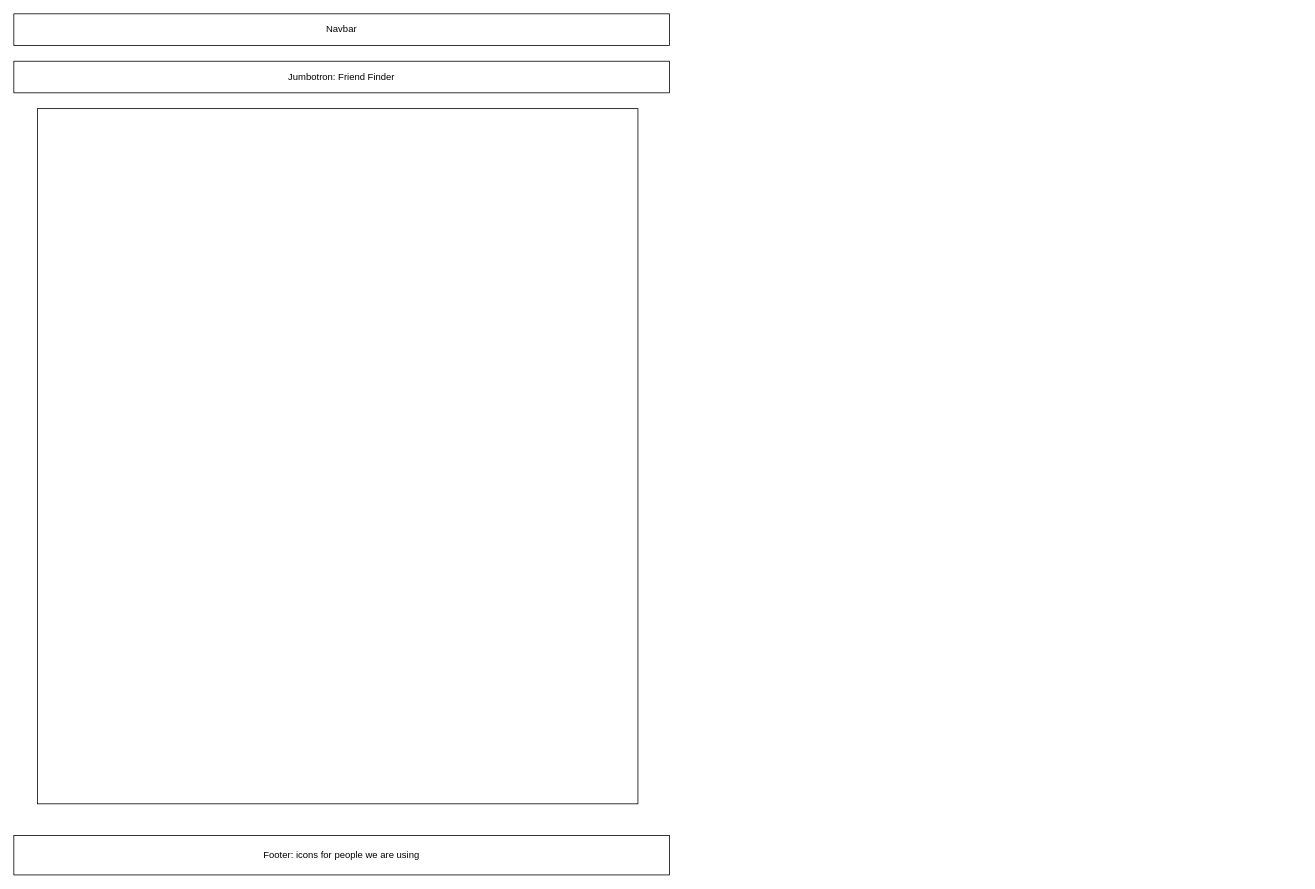
Earlier version of the draw.io diagram page "BelayPartner" (5 of 8) of Untitled Diagram.drawio (the-master-chefs/rockclimbingapp). Source tidied: cells renumbered, new cells numbered last; positions are measured from the earlier drawing's top-left corner, leaving out a move shared by most shapes. Both pictures are drawn from the tidied source at 79%, with x=0, y=0 at pixel (13, 13).
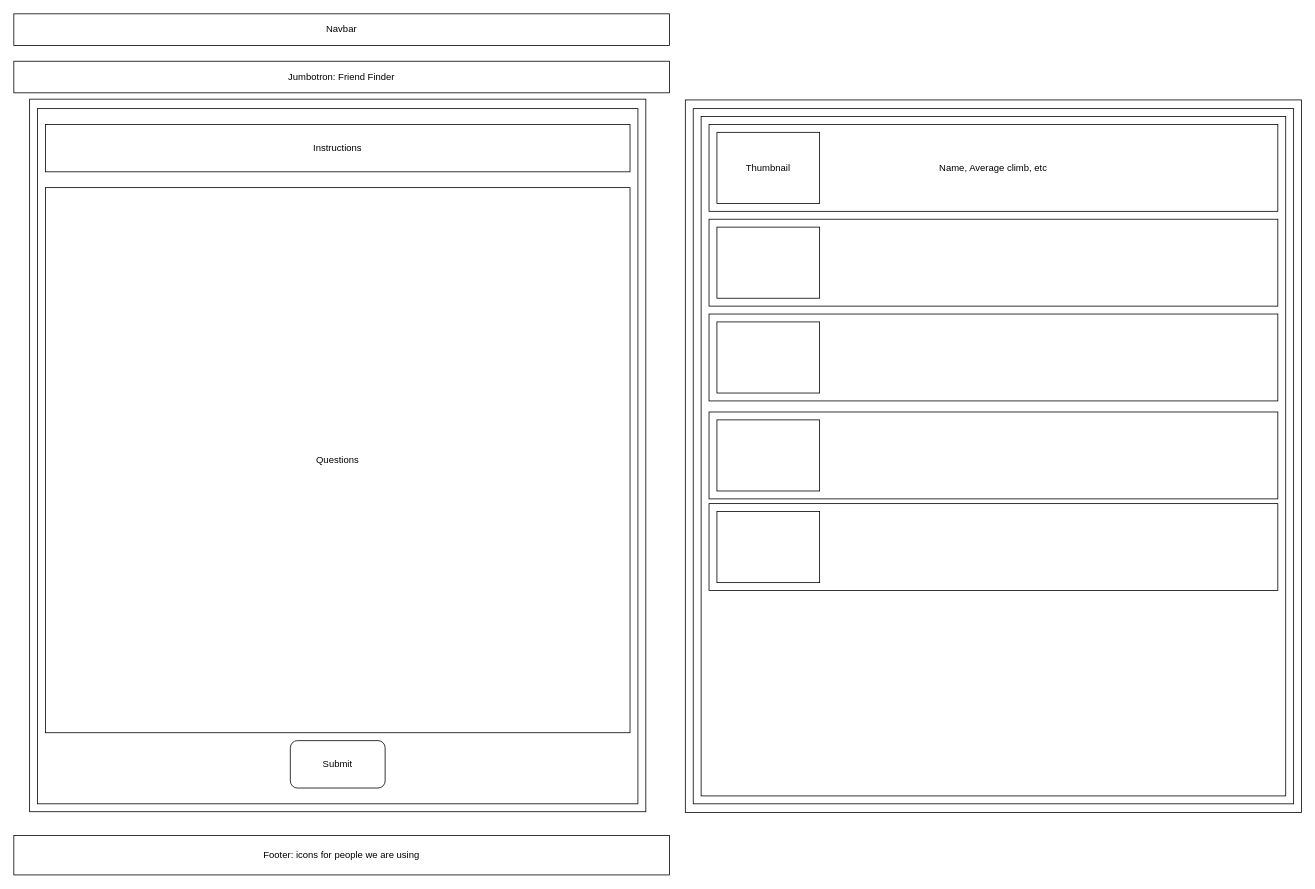
After the change.

Diff of the diagram source:
```diff
@@
+    <mxCell id="6" style="rounded=0;whiteSpace=wrap;html=1;" parent="1" vertex="1">
+      <mxGeometry x="850" y="109" width="780" height="902" as="geometry" />
+    </mxCell>
+    <mxCell id="7" style="rounded=0;whiteSpace=wrap;html=1;" parent="1" vertex="1">
+      <mxGeometry x="20" y="108" width="780" height="902" as="geometry" />
+    </mxCell>
+    <mxCell id="8" style="rounded=0;whiteSpace=wrap;html=1;" parent="1" vertex="1">
+      <mxGeometry x="860" y="120" width="760" height="880" as="geometry" />
+    </mxCell>
@@
+    <mxCell id="9" value="Questions" style="rounded=0;whiteSpace=wrap;html=1;" parent="1" vertex="1">
+      <mxGeometry x="40" y="220" width="740" height="690" as="geometry" />
+    </mxCell>
+    <mxCell id="10" style="rounded=0;whiteSpace=wrap;html=1;" parent="1" vertex="1">
+      <mxGeometry x="870" y="130" width="740" height="860" as="geometry" />
+    </mxCell>
+    <mxCell id="11" value="Name, Average climb, etc" style="rounded=0;whiteSpace=wrap;html=1;" parent="1" vertex="1">
+      <mxGeometry x="880" y="140" width="720" height="110" as="geometry" />
+    </mxCell>
+    <mxCell id="12" style="rounded=0;whiteSpace=wrap;html=1;" parent="1" vertex="1">
+      <mxGeometry x="880" y="260" width="720" height="110" as="geometry" />
+    </mxCell>
+    <mxCell id="13" style="rounded=0;whiteSpace=wrap;html=1;" parent="1" vertex="1">
+      <mxGeometry x="880" y="380" width="720" height="110" as="geometry" />
+    </mxCell>
+    <mxCell id="14" value="Thumbnail" style="rounded=0;whiteSpace=wrap;html=1;" parent="1" vertex="1">
+      <mxGeometry x="890" y="150" width="130" height="90" as="geometry" />
+    </mxCell>
+    <mxCell id="15" style="rounded=0;whiteSpace=wrap;html=1;" parent="1" vertex="1">
+      <mxGeometry x="890" y="270" width="130" height="90" as="geometry" />
+    </mxCell>
+    <mxCell id="16" style="rounded=0;whiteSpace=wrap;html=1;" parent="1" vertex="1">
+      <mxGeometry x="890" y="390" width="130" height="90" as="geometry" />
+    </mxCell>
+    <mxCell id="17" style="rounded=0;whiteSpace=wrap;html=1;" parent="1" vertex="1">
+      <mxGeometry x="880" y="620" width="720" height="110" as="geometry" />
+    </mxCell>
+    <mxCell id="18" style="rounded=0;whiteSpace=wrap;html=1;" parent="1" vertex="1">
+      <mxGeometry x="890" y="630" width="130" height="90" as="geometry" />
+    </mxCell>
+    <mxCell id="19" style="rounded=0;whiteSpace=wrap;html=1;" parent="1" vertex="1">
+      <mxGeometry x="880" y="504" width="720" height="110" as="geometry" />
+    </mxCell>
+    <mxCell id="20" style="rounded=0;whiteSpace=wrap;html=1;" parent="1" vertex="1">
+      <mxGeometry x="890" y="514" width="130" height="90" as="geometry" />
+    </mxCell>
+    <mxCell id="21" value="Submit" style="rounded=1;whiteSpace=wrap;html=1;" parent="1" vertex="1">
+      <mxGeometry x="350" y="920" width="120" height="60" as="geometry" />
+    </mxCell>
+    <mxCell id="22" value="Instructions" style="rounded=0;whiteSpace=wrap;html=1;" parent="1" vertex="1">
+      <mxGeometry x="40" y="140" width="740" height="60" as="geometry" />
+    </mxCell>
```
